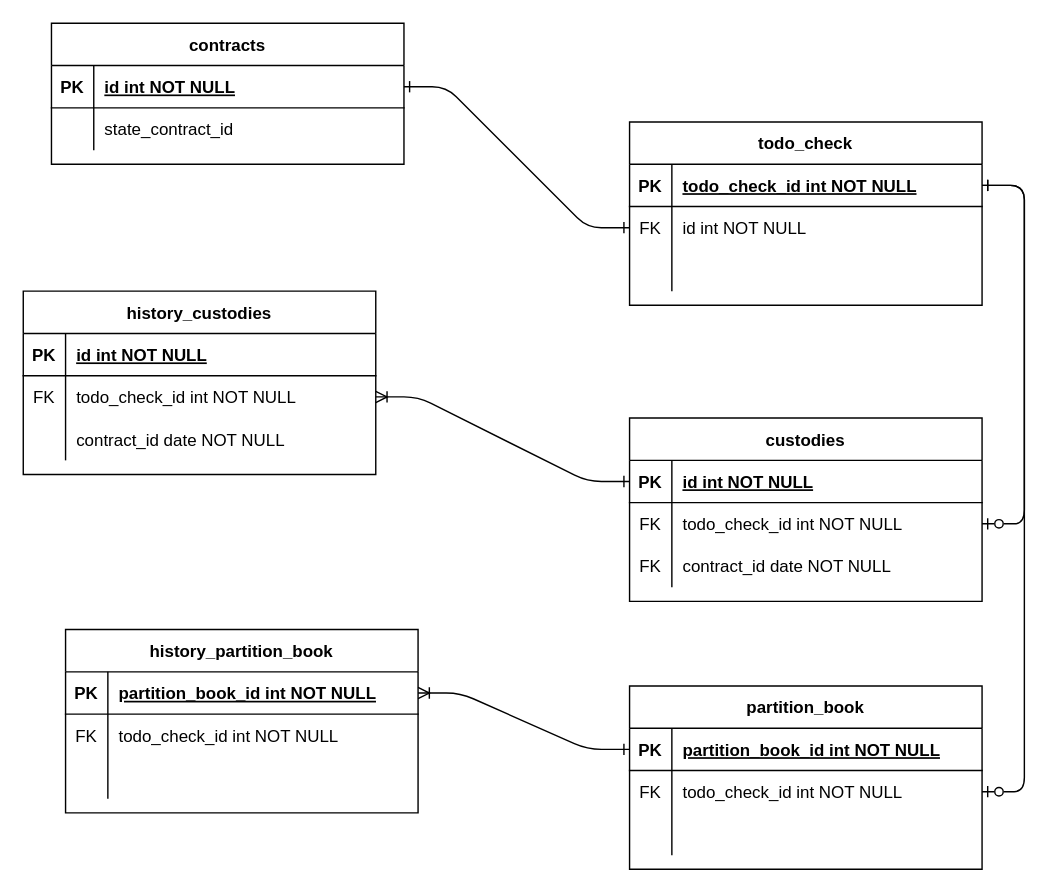
Before: 名称未設定ファイル.drawio in MASAKi-cell/next-python-web-platfor, a draw.io diagram. Source tidied: cells renumbered, new cells numbered last; positions are measured from the earlier drawing's top-left corner, leaving out a move shared by most shapes. Both pictures are drawn from the tidied source at 141%, with x=0, y=0 at pixel (23, 23).
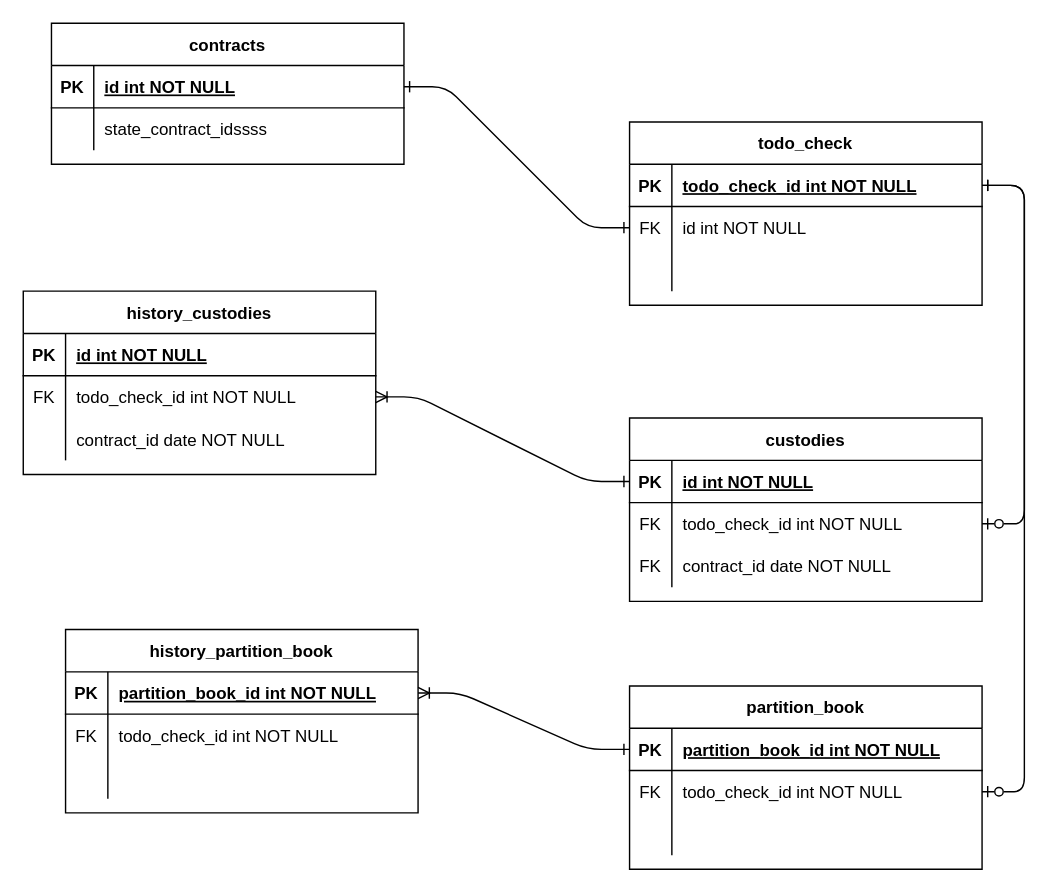
After the change.

Commit message (it also covers changes not shown here):
名称未設定ファイル.drawio を更新します

Unchanged cells that the change refers to:
```xml
<mxCell id="28" style="shape=partialRectangle;fillColor=none;top=0;left=0;right=0;bottom=0;" parent="24" vertex="1">
  <mxGeometry y="60" width="250" height="30" as="geometry" />
</mxCell>
```

Change to the diagram source:
```diff
@@
-    <mxCell id="30" value="state_contract_id" style="shape=partialRectangle;overflow=hidden;fillColor=none;top=0;left=0;bottom=0;right=0;align=left;spacingLeft=6;" parent="28" vertex="1">
+    <mxCell id="30" value="state_contract_idssss" style="shape=partialRectangle;overflow=hidden;fillColor=none;top=0;left=0;bottom=0;right=0;align=left;spacingLeft=6;" parent="28" vertex="1">
       <mxGeometry x="30" width="220" height="30" as="geometry" />
     </mxCell>
```
